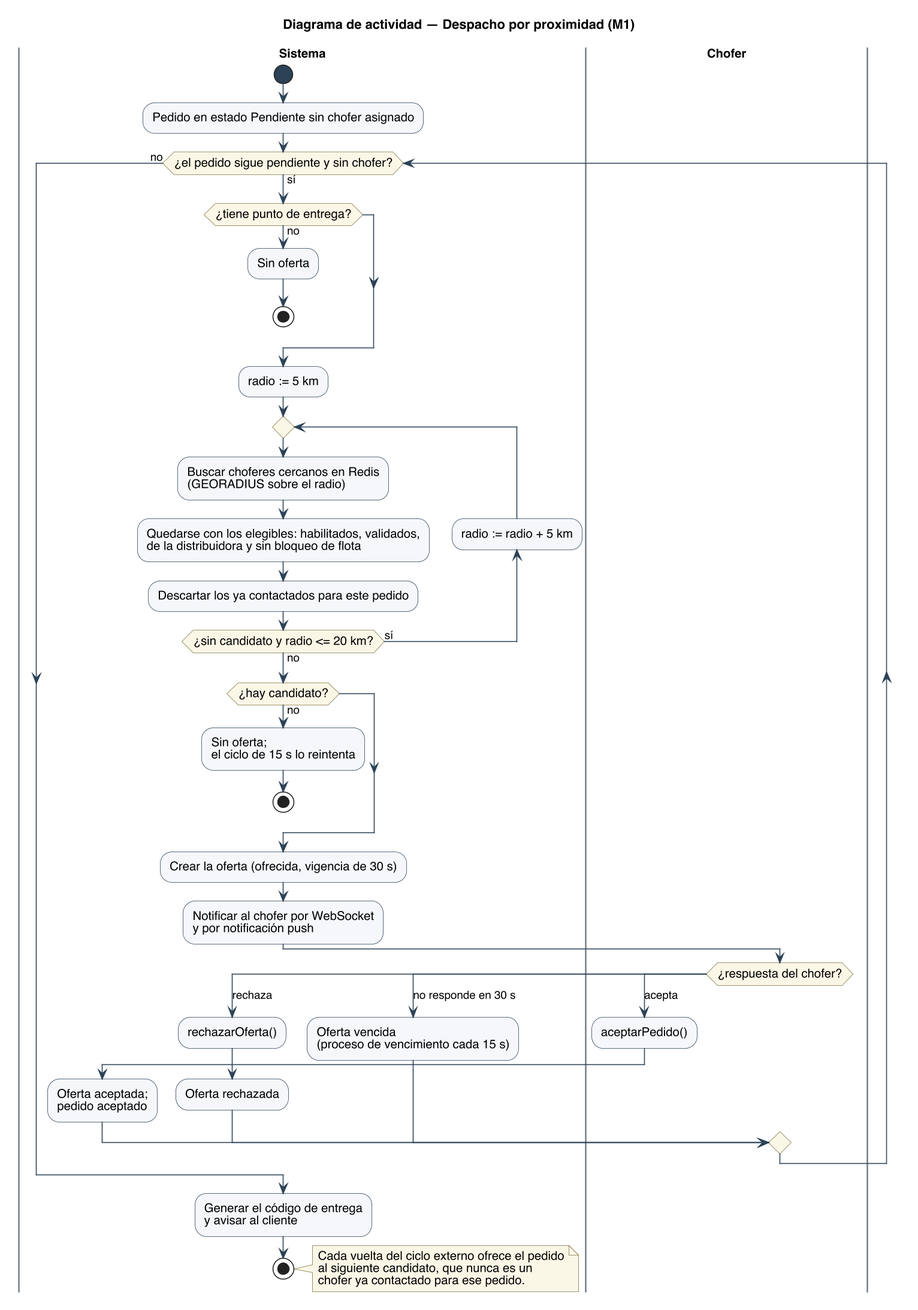
The PlantUML diagram diagramas/uml/UML_Actividad_Despacho.png in Nahuelito-Dev/splg-docs, before a commit.
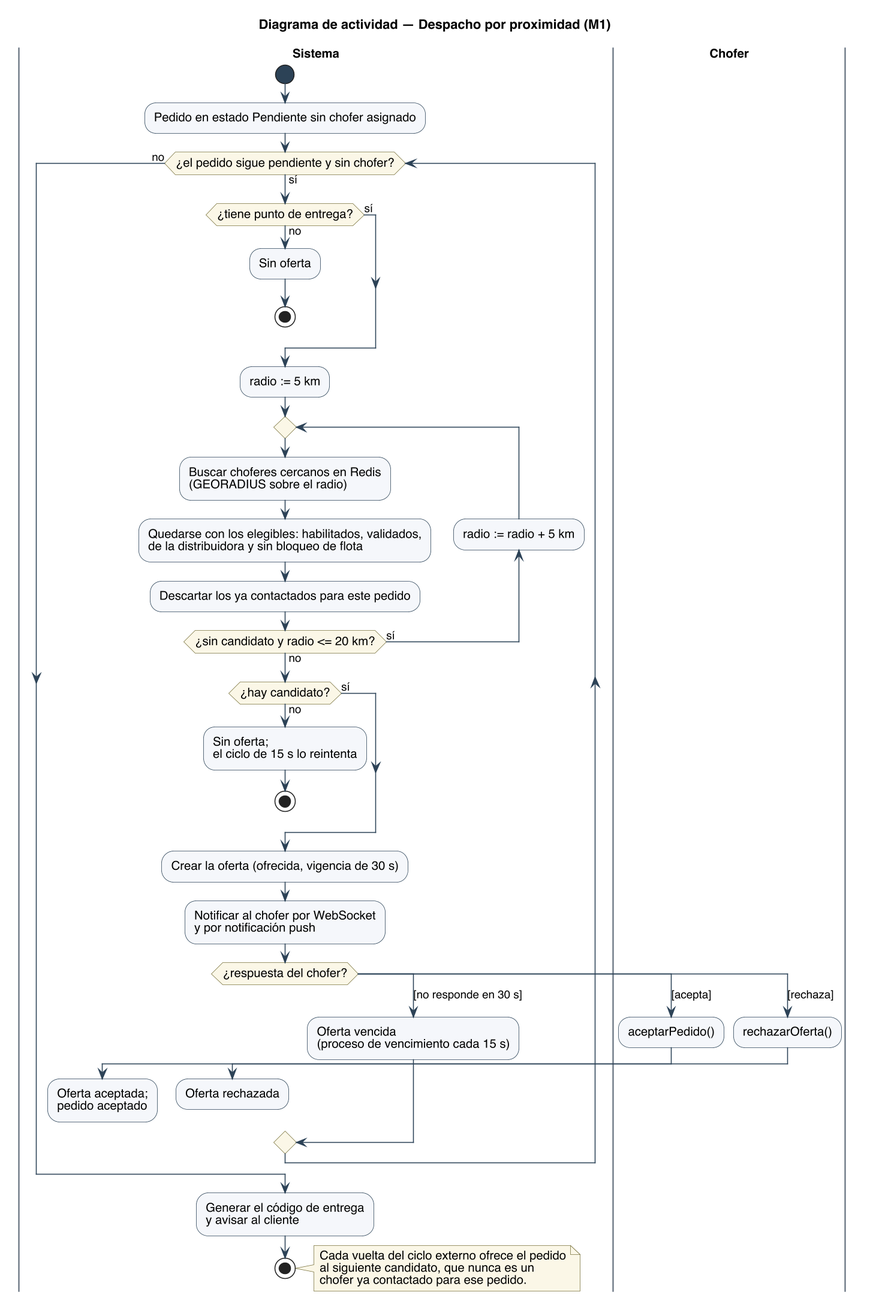
Later version of the same file.

What changed in the source:
```diff
@@ -26,7 +26,8 @@
 start
 :Pedido en estado Pendiente sin chofer asignado;
 while (¿el pedido sigue pendiente y sin chofer?) is (sí)
-  if (¿tiene punto de entrega?) then (no)
+  if (¿tiene punto de entrega?) then (sí)
+  else (no)
     :Sin oferta;
     stop
   endif
@@ -37,24 +38,25 @@
     :Descartar los ya contactados para este pedido;
     backward :radio := radio + 5 km;
   repeat while (¿sin candidato y radio <= 20 km?) is (sí) not (no)
-  if (¿hay candidato?) then (no)
+  if (¿hay candidato?) then (sí)
+  else (no)
     :Sin oferta;\nel ciclo de 15 s lo reintenta;
     stop
   endif
   :Crear la oferta (ofrecida, vigencia de 30 s);
   :Notificar al chofer por WebSocket\ny por notificación push;
-  |Chofer|
   switch (¿respuesta del chofer?)
-  case (acepta)
+  case ([acepta])
+    |Chofer|
     :aceptarPedido();
     |Sistema|
     :Oferta aceptada;\npedido aceptado;
-  case (rechaza)
+  case ([rechaza])
+    |Chofer|
     :rechazarOferta();
     |Sistema|
     :Oferta rechazada;
-  case (no responde en 30 s)
-    |Sistema|
+  case ([no responde en 30 s])
     :Oferta vencida\n(proceso de vencimiento cada 15 s);
   endswitch
 endwhile (no)
```
